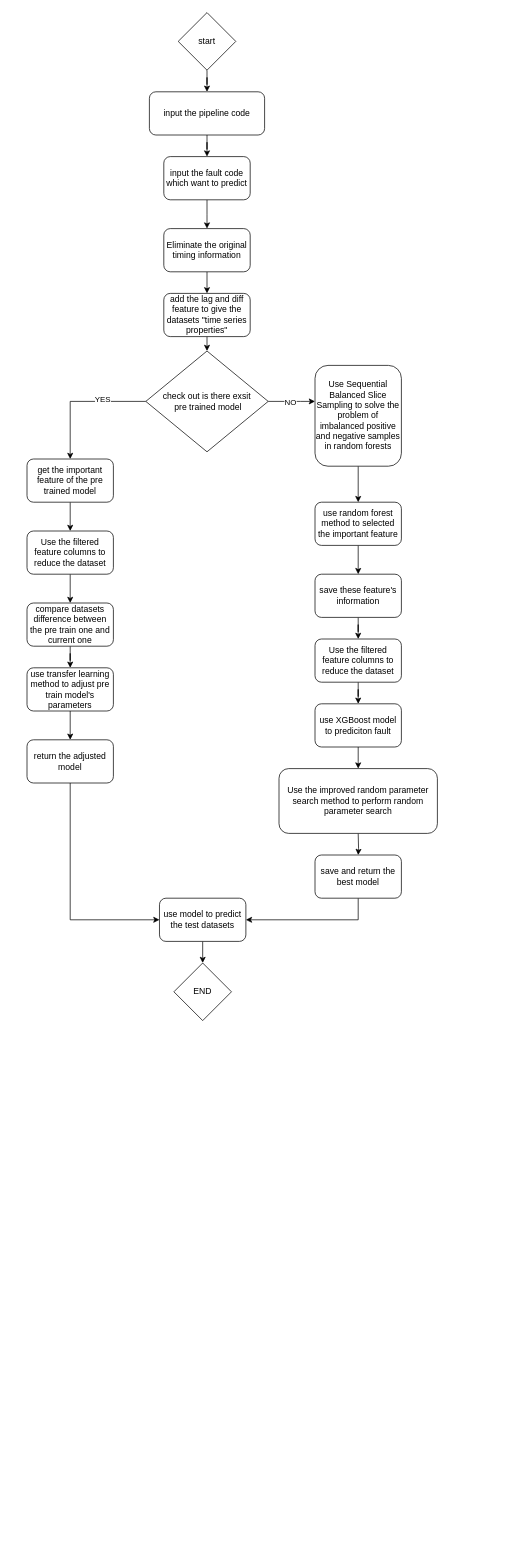
This is flow_chart.drawio from SheathedSharp/A-Time-Series-Data-Driven-RF-XGBoost-Hybrid-Migration-Learning-Model, a draw.io file, before an edit. Source tidied: cells renumbered, new cells numbered last; positions are measured from the earlier drawing's top-left corner, leaving out a move shared by most shapes. Both pictures are drawn from the tidied source at 72%, with x=0, y=0 at pixel (27, 12).
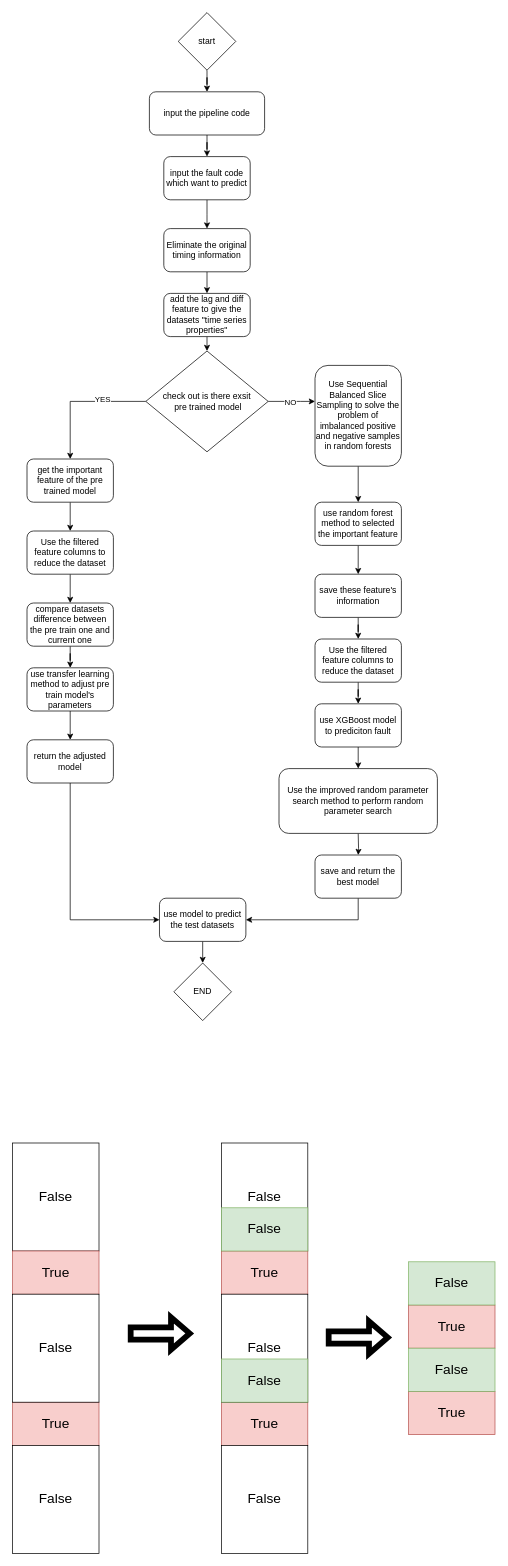
The same page after the edit.

The edit, as a diff of the source:
```diff
@@
+    <mxCell id="44" value="False" style="rounded=0;whiteSpace=wrap;html=1;fontSize=19;" parent="1" vertex="1">
+      <mxGeometry x="-20" y="1570" width="120" height="150" as="geometry" />
+    </mxCell>
+    <mxCell id="45" value="True" style="rounded=0;whiteSpace=wrap;html=1;fillColor=#f8cecc;strokeColor=#b85450;fontSize=19;" parent="1" vertex="1">
+      <mxGeometry x="-20" y="1720" width="120" height="60" as="geometry" />
+    </mxCell>
+    <mxCell id="46" value="True" style="rounded=0;whiteSpace=wrap;html=1;fillColor=#f8cecc;strokeColor=#b85450;fontSize=19;" parent="1" vertex="1">
+      <mxGeometry x="-20" y="1930" width="120" height="60" as="geometry" />
+    </mxCell>
+    <mxCell id="47" style="shape=flexArrow;endArrow=classic;html=1;rounded=0;strokeWidth=8;fontSize=19;" parent="1" edge="1">
+      <mxGeometry relative="1" as="geometry">
+        <mxPoint x="140" y="1834.5" as="sourcePoint" />
+        <mxPoint x="230" y="1834.5" as="targetPoint" />
+      </mxGeometry>
+    </mxCell>
+    <mxCell id="48" value="False" style="rounded=0;whiteSpace=wrap;html=1;fontSize=19;" parent="1" vertex="1">
+      <mxGeometry x="-20" y="1780" width="120" height="150" as="geometry" />
+    </mxCell>
+    <mxCell id="49" value="False" style="rounded=0;whiteSpace=wrap;html=1;fontSize=19;" parent="1" vertex="1">
+      <mxGeometry x="-20" y="1990" width="120" height="150" as="geometry" />
+    </mxCell>
+    <mxCell id="50" value="False" style="rounded=0;whiteSpace=wrap;html=1;fontSize=19;" parent="1" vertex="1">
+      <mxGeometry x="270" y="1570" width="120" height="150" as="geometry" />
+    </mxCell>
+    <mxCell id="51" value="True" style="rounded=0;whiteSpace=wrap;html=1;fillColor=#f8cecc;strokeColor=#b85450;fontSize=19;" parent="1" vertex="1">
+      <mxGeometry x="270" y="1720" width="120" height="60" as="geometry" />
+    </mxCell>
+    <mxCell id="52" value="True" style="rounded=0;whiteSpace=wrap;html=1;fillColor=#f8cecc;strokeColor=#b85450;fontSize=19;" parent="1" vertex="1">
+      <mxGeometry x="270" y="1930" width="120" height="60" as="geometry" />
+    </mxCell>
+    <mxCell id="53" value="False" style="rounded=0;whiteSpace=wrap;html=1;fontSize=19;" parent="1" vertex="1">
+      <mxGeometry x="270" y="1780" width="120" height="150" as="geometry" />
+    </mxCell>
+    <mxCell id="54" value="False" style="rounded=0;whiteSpace=wrap;html=1;fontSize=19;" parent="1" vertex="1">
+      <mxGeometry x="270" y="1990" width="120" height="150" as="geometry" />
+    </mxCell>
+    <mxCell id="55" value="False" style="rounded=0;whiteSpace=wrap;html=1;fillColor=#d5e8d4;strokeColor=#82b366;fontSize=19;" parent="1" vertex="1">
+      <mxGeometry x="270" y="1660" width="120" height="60" as="geometry" />
+    </mxCell>
+    <mxCell id="56" value="False" style="rounded=0;whiteSpace=wrap;html=1;fillColor=#d5e8d4;strokeColor=#82b366;fontSize=19;" parent="1" vertex="1">
+      <mxGeometry x="270" y="1870" width="120" height="60" as="geometry" />
+    </mxCell>
+    <mxCell id="57" style="shape=flexArrow;endArrow=classic;html=1;rounded=0;strokeWidth=8;fontSize=19;" parent="1" edge="1">
+      <mxGeometry relative="1" as="geometry">
+        <mxPoint x="415" y="1840" as="sourcePoint" />
+        <mxPoint x="505" y="1840" as="targetPoint" />
+      </mxGeometry>
+    </mxCell>
+    <mxCell id="58" value="True" style="rounded=0;whiteSpace=wrap;html=1;fillColor=#f8cecc;strokeColor=#b85450;fontSize=19;" parent="1" vertex="1">
+      <mxGeometry x="530" y="1795" width="120" height="60" as="geometry" />
+    </mxCell>
+    <mxCell id="59" value="True" style="rounded=0;whiteSpace=wrap;html=1;fillColor=#f8cecc;strokeColor=#b85450;fontSize=19;" parent="1" vertex="1">
+      <mxGeometry x="530" y="1915" width="120" height="60" as="geometry" />
+    </mxCell>
+    <mxCell id="60" value="False" style="rounded=0;whiteSpace=wrap;html=1;fillColor=#d5e8d4;strokeColor=#82b366;fontSize=19;" parent="1" vertex="1">
+      <mxGeometry x="530" y="1735" width="120" height="60" as="geometry" />
+    </mxCell>
+    <mxCell id="61" value="False" style="rounded=0;whiteSpace=wrap;html=1;fillColor=#d5e8d4;strokeColor=#82b366;fontSize=19;" parent="1" vertex="1">
+      <mxGeometry x="530" y="1855" width="120" height="60" as="geometry" />
+    </mxCell>
```
